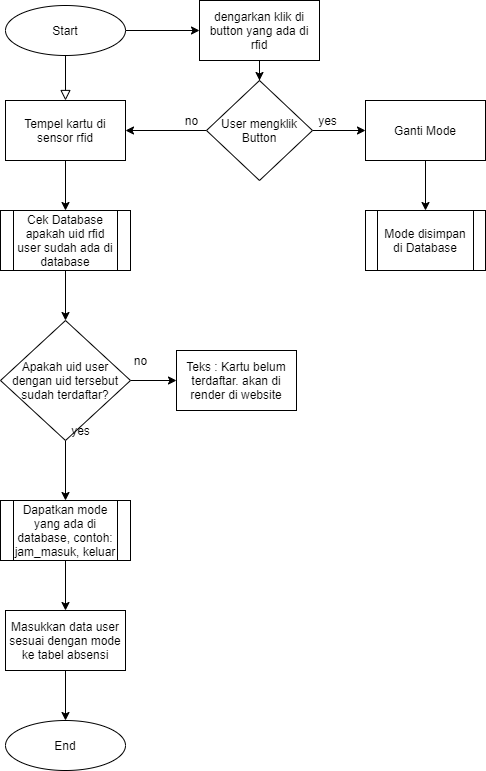
The draw.io diagram alur-penggunaan.png in dzulfiqaryusuf/rfid-sistemabsensi-ewallet, before a commit. Source tidied: cells renumbered, new cells last; positions are measured from the earlier drawing's top-left corner, leaving out a move shared by most shapes.
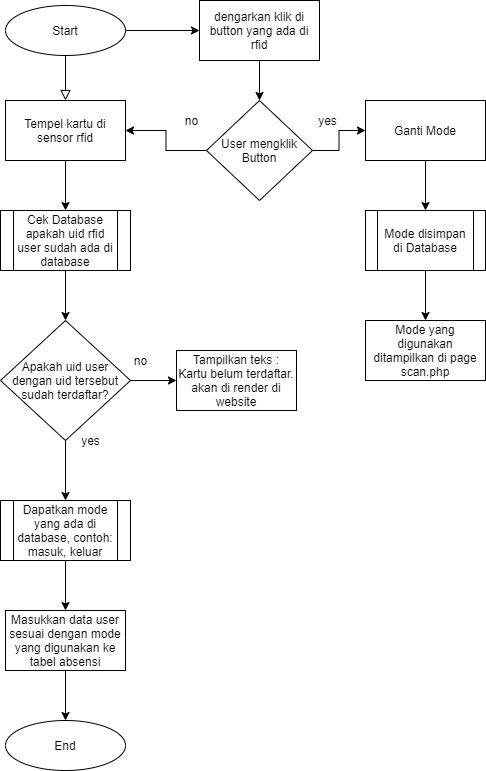
The same file after the commit.

What changed in the source:
```diff
@@ -35,9 +35,9 @@
       <mxGeometry y="320" width="130" height="120" as="geometry" />
     </mxCell>
     <mxCell id="11" value="yes" style="text;html=1;align=center;verticalAlign=middle;" parent="1" vertex="1">
-      <mxGeometry x="65" y="420" width="30" height="20" as="geometry" />
+      <mxGeometry x="75" y="430" width="30" height="20" as="geometry" />
     </mxCell>
-    <mxCell id="12" value="Teks : Kartu belum terdaftar. akan di render di website" style="rounded=0;whiteSpace=wrap;html=1;" parent="1" vertex="1">
+    <mxCell id="12" value="Tampilkan teks : Kartu belum terdaftar. akan di render di website" style="rounded=0;whiteSpace=wrap;html=1;" parent="1" vertex="1">
       <mxGeometry x="176" y="350" width="120" height="60" as="geometry" />
     </mxCell>
     <mxCell id="13" value="no" style="text;html=1;align=center;verticalAlign=middle;" parent="1" vertex="1">
@@ -46,13 +46,13 @@
     <mxCell id="14" style="edgeStyle=orthogonalEdgeStyle;rounded=0;jettySize=auto;html=1;entryX=0.5;entryY=0;entryDx=0;entryDy=0;" parent="1" edge="1" source="15" target="17">
       <mxGeometry relative="1" as="geometry" />
     </mxCell>
-    <mxCell id="15" value="&lt;span&gt;Dapatkan mode yang ada di database, contoh: jam_masuk, keluar&lt;/span&gt;" style="shape=process;whiteSpace=wrap;html=1;backgroundOutline=1;" parent="1" vertex="1">
+    <mxCell id="15" value="&lt;span&gt;Dapatkan mode yang ada di database, contoh: masuk, keluar&lt;/span&gt;" style="shape=process;whiteSpace=wrap;html=1;backgroundOutline=1;" parent="1" vertex="1">
       <mxGeometry y="500" width="130" height="60" as="geometry" />
     </mxCell>
     <mxCell id="16" style="edgeStyle=orthogonalEdgeStyle;rounded=0;jettySize=auto;html=1;entryX=0.5;entryY=0;entryDx=0;entryDy=0;" parent="1" edge="1" source="17" target="29">
       <mxGeometry relative="1" as="geometry" />
     </mxCell>
-    <mxCell id="17" value="Masukkan data user sesuai dengan mode ke tabel absensi" style="rounded=0;whiteSpace=wrap;html=1;" parent="1" vertex="1">
+    <mxCell id="17" value="Masukkan data user sesuai dengan mode yang digunakan ke tabel absensi" style="rounded=0;whiteSpace=wrap;html=1;" parent="1" vertex="1">
       <mxGeometry x="5" y="610" width="120" height="60" as="geometry" />
     </mxCell>
     <mxCell id="18" style="edgeStyle=orthogonalEdgeStyle;rounded=0;jettySize=auto;html=1;entryX=0.5;entryY=0;entryDx=0;entryDy=0;" parent="1" edge="1" source="19" target="22">
@@ -68,7 +68,7 @@
       <mxGeometry relative="1" as="geometry" />
     </mxCell>
     <mxCell id="22" value="User mengklik Button" style="rhombus;whiteSpace=wrap;html=1;" parent="1" vertex="1">
-      <mxGeometry x="206" y="80" width="106" height="100" as="geometry" />
+      <mxGeometry x="206" y="100" width="106" height="100" as="geometry" />
     </mxCell>
     <mxCell id="23" value="no" style="text;html=1;align=center;verticalAlign=middle;" parent="1" vertex="1">
       <mxGeometry x="176" y="110" width="30" height="20" as="geometry" />
@@ -82,6 +82,11 @@
     <mxCell id="26" value="Ganti Mode" style="rounded=0;whiteSpace=wrap;html=1;" parent="1" vertex="1">
       <mxGeometry x="365" y="100" width="120" height="60" as="geometry" />
     </mxCell>
+    <mxCell id="30" style="edgeStyle=orthogonalEdgeStyle;rounded=0;jettySize=auto;html=1;" parent="1" edge="1" source="27">
+      <mxGeometry relative="1" as="geometry">
+        <mxPoint x="425" y="320" as="targetPoint" />
+      </mxGeometry>
+    </mxCell>
     <mxCell id="27" value="Mode disimpan di Database" style="shape=process;whiteSpace=wrap;html=1;backgroundOutline=1;" parent="1" vertex="1">
       <mxGeometry x="365" y="210" width="120" height="60" as="geometry" />
     </mxCell>
@@ -91,5 +96,8 @@
     <mxCell id="29" value="End" style="ellipse;whiteSpace=wrap;html=1;" parent="1" vertex="1">
       <mxGeometry x="5" y="720" width="120" height="50" as="geometry" />
     </mxCell>
+    <mxCell id="31" value="Mode yang digunakan ditampilkan di page scan.php" style="rounded=0;whiteSpace=wrap;html=1;" parent="1" vertex="1">
+      <mxGeometry x="365" y="320" width="120" height="60" as="geometry" />
+    </mxCell>
   </root>
 </mxGraphModel>
```
